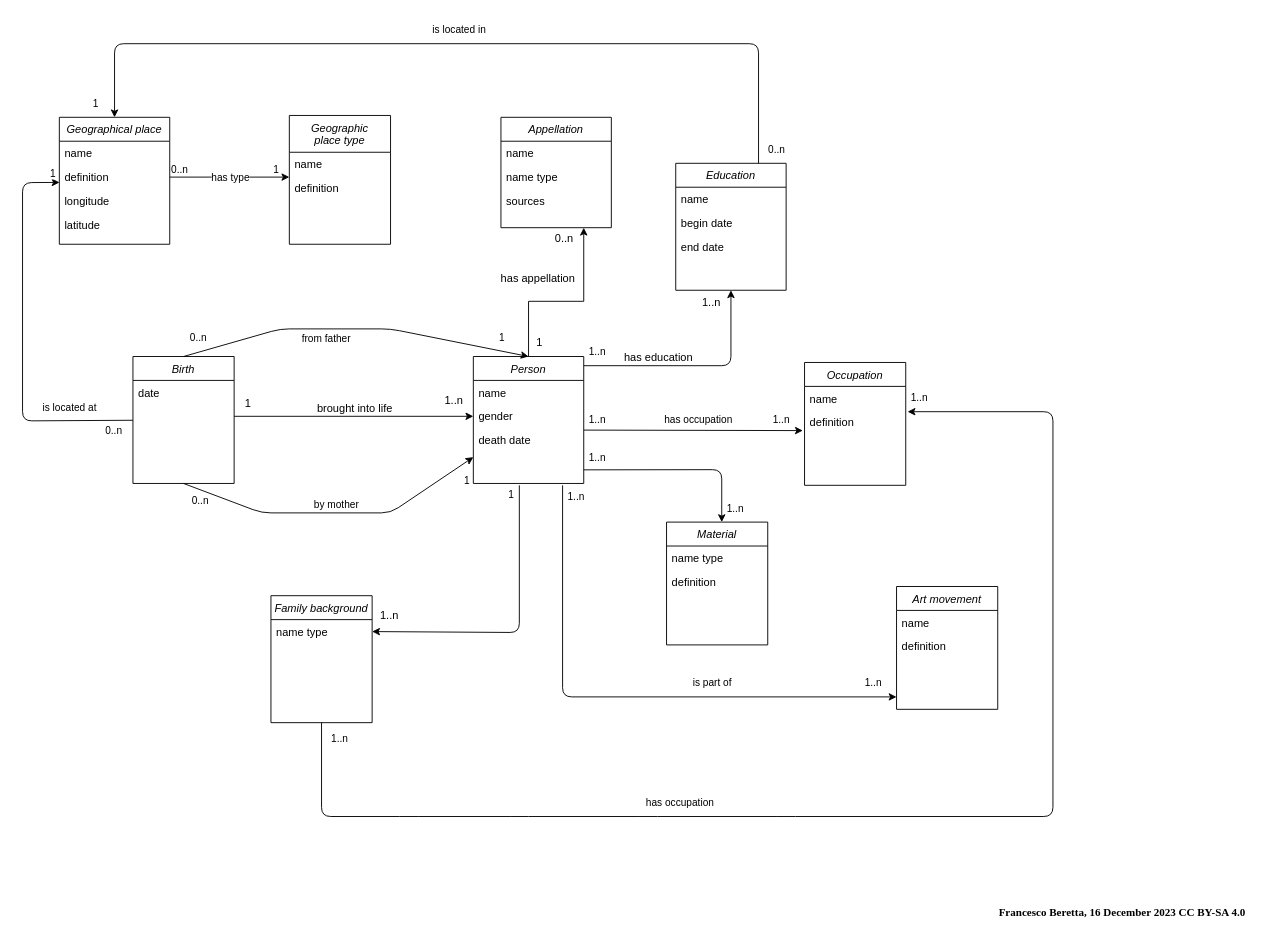
This is MCD_to_database_example.drawio from lmaiahm/Sculpteurs-, a draw.io file, before an edit. Source tidied: cells renumbered, new cells numbered last; positions are measured from the earlier drawing's top-left corner, leaving out a move shared by most shapes. Both pictures are drawn from the tidied source at 92%, with x=0, y=0 at pixel (22, 16).
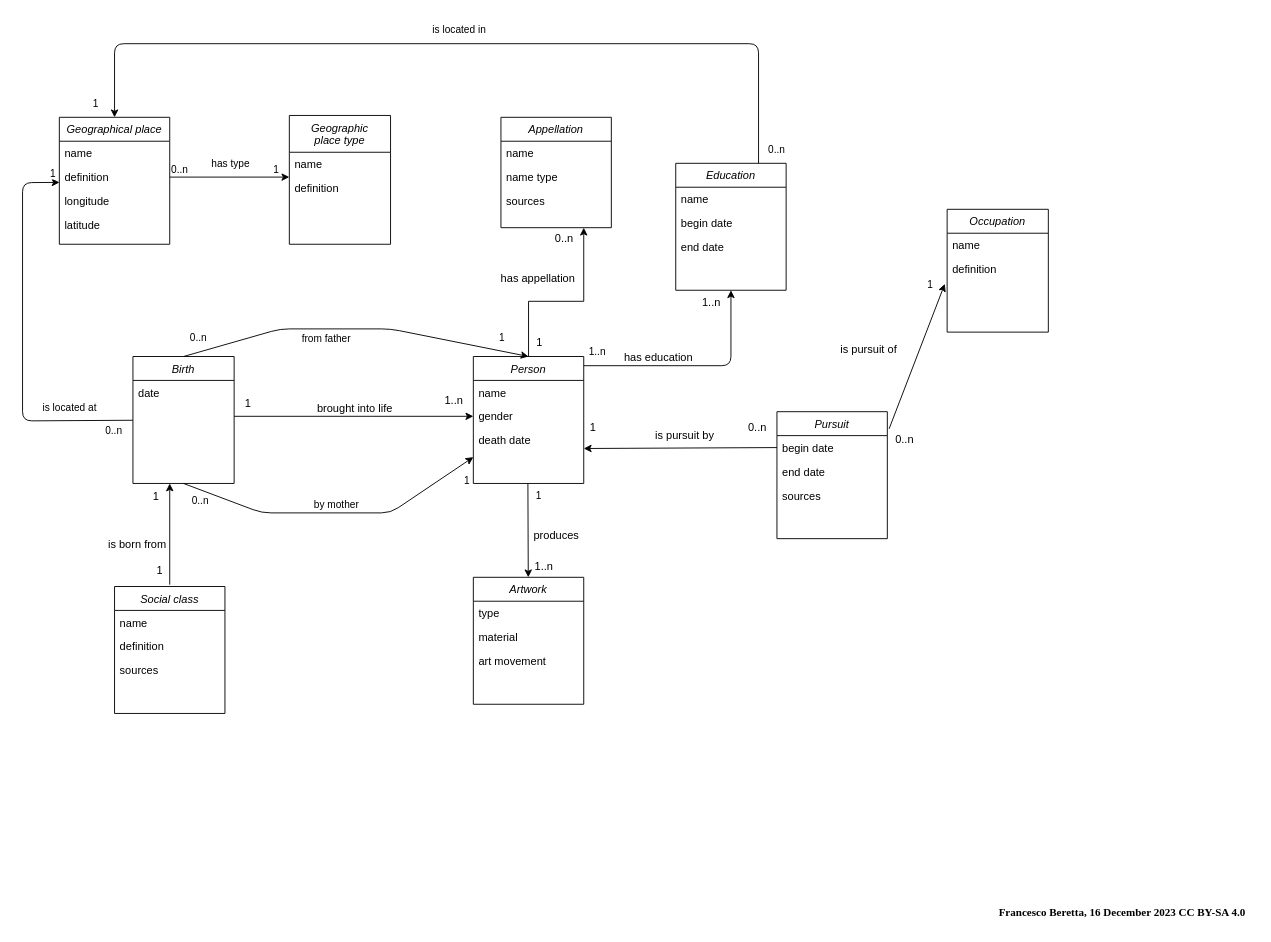
The same diagram, later.

Commit message:
modification du modèle

Unchanged cells that the change refers to:
```xml
<mxCell id="2" style="endArrow=classic;shadow=0;strokeWidth=1;rounded=0;endFill=1;edgeStyle=elbowEdgeStyle;elbow=vertical;exitX=1;exitY=0.5;exitDx=0;exitDy=0;entryX=0;entryY=0.5;entryDx=0;entryDy=0;" parent="1" edge="1" target="9">
  <mxGeometry x="0.5" y="41" relative="1" as="geometry">
    <mxPoint x="230" y="435" as="sourcePoint" />
    <Array as="points">
      <mxPoint x="380" y="435" />
    </Array>
    <mxPoint x="-40" y="32" as="offset" />
  </mxGeometry>
</mxCell>
<mxCell id="29" style="endArrow=classic;html=1;exitX=1;exitY=0.5;exitDx=0;exitDy=0;" parent="1" edge="1" source="26">
  <mxGeometry x="0.07" y="-35" relative="1" as="geometry">
    <mxPoint x="290" y="175" as="targetPoint" />
  </mxGeometry>
</mxCell>
<mxCell id="37" style="endArrow=classic;html=1;exitX=0.5;exitY=1;exitDx=0;exitDy=0;" parent="1" edge="1" source="11" target="7">
  <mxGeometry relative="1" as="geometry">
    <Array as="points">
      <mxPoint x="260" y="540" />
      <mxPoint x="400" y="540" />
    </Array>
  </mxGeometry>
</mxCell>
<mxCell id="44" value="definition" style="text;align=left;verticalAlign=top;spacingLeft=4;spacingRight=4;overflow=hidden;points=[[0,0.5],[1,0.5]];portConstraint=eastwest;rounded=0;shadow=0;html=0;" parent="42" vertex="1">
  <mxGeometry y="52" width="110" height="26" as="geometry" />
</mxCell>
```

Diff of the diagram source:
```diff
@@
-    <mxCell id="6" value="1..n" style="align=right;verticalAlign=bottom;labelBackgroundColor=none;fontSize=12;" parent="2" vertex="1">
-      <mxGeometry x="1" relative="1" as="geometry">
-        <mxPoint x="-80" y="225" as="offset" />
-      </mxGeometry>
-    </mxCell>
@@
+    <mxCell id="91" style="edgeStyle=none;html=1;" parent="1" edge="1">
+      <mxGeometry relative="1" as="geometry">
+        <mxPoint x="160" y="618" as="sourcePoint" />
+        <mxPoint x="160" y="508" as="targetPoint" />
+      </mxGeometry>
+    </mxCell>
@@
     <mxCell id="30" value="has type" style="edgeLabel;html=1;align=center;verticalAlign=middle;" parent="29" vertex="1">
-      <mxGeometry relative="1" as="geometry" />
+      <mxGeometry relative="1" as="geometry">
+        <mxPoint y="-15" as="offset" />
+      </mxGeometry>
     </mxCell>
@@
-    <mxCell id="41" value="1" style="edgeLabel;html=1;align=center;verticalAlign=middle;" parent="37" vertex="1">
-      <mxGeometry x="0.89" y="-1" relative="1" as="geometry">
-        <mxPoint x="55" y="29" as="offset" />
-      </mxGeometry>
-    </mxCell>
     <mxCell id="42" value="Occupation" style="swimlane;fontStyle=2;align=center;verticalAlign=top;horizontal=1;startSize=26;rounded=0;shadow=0;strokeWidth=1;" parent="1" vertex="1">
-      <mxGeometry x="850" y="376.5" width="110" height="133.5" as="geometry" />
+      <mxGeometry x="1005" y="210" width="110" height="133.5" as="geometry" />
     </mxCell>
@@
-    <mxCell id="54" value="&lt;font style=&quot;font-size: 11px;&quot;&gt;has occupation&lt;/font&gt;" style="text;strokeColor=none;align=center;fillColor=none;html=1;verticalAlign=middle;whiteSpace=wrap;rounded=0;rotation=0;" parent="1" vertex="1">
-      <mxGeometry x="690" y="424" width="90" height="30" as="geometry" />
-    </mxCell>
-    <mxCell id="55" value="1..n" style="text;strokeColor=none;align=center;fillColor=none;html=1;verticalAlign=middle;whiteSpace=wrap;rounded=0;fontSize=11;rotation=0;" parent="1" vertex="1">
-      <mxGeometry x="610" y="424" width="30" height="30" as="geometry" />
-    </mxCell>
-    <mxCell id="56" value="1..n" style="text;strokeColor=none;align=center;fillColor=none;html=1;verticalAlign=middle;whiteSpace=wrap;rounded=0;fontSize=11;rotation=0;" parent="1" vertex="1">
-      <mxGeometry x="810" y="424" width="30" height="30" as="geometry" />
-    </mxCell>
@@
-    <mxCell id="61" style="edgeStyle=none;jettySize=auto;html=1;fontSize=11;entryX=-0.017;entryY=0.848;entryDx=0;entryDy=0;entryPerimeter=0;" parent="1" edge="1" target="44">
+    <mxCell id="61" style="edgeStyle=none;jettySize=auto;html=1;fontSize=11;exitX=0;exitY=0.5;exitDx=0;exitDy=0;" parent="1" edge="1" source="93">
       <mxGeometry relative="1" as="geometry">
-        <mxPoint x="610" y="450" as="sourcePoint" />
+        <mxPoint x="610" y="470" as="targetPoint" />
       </mxGeometry>
     </mxCell>
@@
-    <mxCell id="64" value="Art movement" style="swimlane;fontStyle=2;align=center;verticalAlign=top;horizontal=1;startSize=26;rounded=0;shadow=0;strokeWidth=1;" parent="1" vertex="1">
-      <mxGeometry x="950" y="620" width="110" height="133.5" as="geometry" />
-    </mxCell>
-    <mxCell id="65" value="name" style="text;align=left;verticalAlign=top;spacingLeft=4;spacingRight=4;overflow=hidden;" parent="64" vertex="1">
-      <mxGeometry y="26" width="110" height="26" as="geometry" />
-    </mxCell>
-    <mxCell id="66" value="definition" style="text;align=left;verticalAlign=top;spacingLeft=4;spacingRight=4;overflow=hidden;points=[[0,0.5],[1,0.5]];portConstraint=eastwest;rounded=0;shadow=0;html=0;" parent="64" vertex="1">
-      <mxGeometry y="52" width="110" height="26" as="geometry" />
-    </mxCell>
-    <mxCell id="67" style="edgeStyle=elbowEdgeStyle;rounded=0;orthogonalLoop=1;jettySize=auto;elbow=vertical;html=1;exitX=0;exitY=0.5;exitDx=0;exitDy=0;" parent="64" edge="1" source="66" target="66">
-      <mxGeometry relative="1" as="geometry" />
-    </mxCell>
-    <mxCell id="68" style="edgeStyle=none;orthogonalLoop=1;jettySize=auto;html=1;fontSize=11;" parent="1" edge="1">
-      <mxGeometry relative="1" as="geometry">
-        <mxPoint x="587" y="510" as="sourcePoint" />
-        <mxPoint x="950" y="740" as="targetPoint" />
-        <Array as="points">
-          <mxPoint x="587" y="740" />
-        </Array>
-      </mxGeometry>
-    </mxCell>
-    <mxCell id="69" value="is part of" style="text;strokeColor=none;align=center;fillColor=none;html=1;verticalAlign=middle;whiteSpace=wrap;rounded=0;fontSize=11;" parent="1" vertex="1">
-      <mxGeometry x="720" y="710" width="60" height="30" as="geometry" />
-    </mxCell>
-    <mxCell id="70" value="1..n" style="text;strokeColor=none;align=center;fillColor=none;html=1;verticalAlign=middle;whiteSpace=wrap;rounded=0;fontSize=11;rotation=0;" parent="1" vertex="1">
-      <mxGeometry x="910" y="710" width="30" height="30" as="geometry" />
-    </mxCell>
-    <mxCell id="71" value="1..n" style="text;strokeColor=none;align=center;fillColor=none;html=1;verticalAlign=middle;whiteSpace=wrap;rounded=0;fontSize=11;rotation=0;" parent="1" vertex="1">
-      <mxGeometry x="587" y="508" width="30" height="30" as="geometry" />
-    </mxCell>
@@
-    <mxCell id="76" value="Material" style="swimlane;fontStyle=2;align=center;verticalAlign=top;horizontal=1;startSize=26;rounded=0;shadow=0;strokeWidth=1;" parent="1" vertex="1">
-      <mxGeometry x="700" y="550" width="110" height="133.5" as="geometry" />
-    </mxCell>
-    <mxCell id="77" value="name type" style="text;align=left;verticalAlign=top;spacingLeft=4;spacingRight=4;overflow=hidden;" parent="76" vertex="1">
-      <mxGeometry y="26" width="110" height="26" as="geometry" />
-    </mxCell>
-    <mxCell id="78" value="definition" style="text;align=left;verticalAlign=top;spacingLeft=4;spacingRight=4;overflow=hidden;points=[[0,0.5],[1,0.5]];portConstraint=eastwest;rounded=0;shadow=0;html=0;" parent="76" vertex="1">
-      <mxGeometry y="52" width="110" height="26" as="geometry" />
-    </mxCell>
-    <mxCell id="79" style="edgeStyle=elbowEdgeStyle;rounded=0;orthogonalLoop=1;jettySize=auto;elbow=vertical;html=1;exitX=0;exitY=0.5;exitDx=0;exitDy=0;" parent="76" edge="1" source="78" target="78">
-      <mxGeometry relative="1" as="geometry" />
-    </mxCell>
-    <mxCell id="80" style="edgeStyle=none;orthogonalLoop=1;jettySize=auto;html=1;fontSize=11;" parent="1" edge="1">
-      <mxGeometry relative="1" as="geometry">
-        <mxPoint x="610" y="493.2" as="sourcePoint" />
-        <mxPoint x="760" y="550" as="targetPoint" />
-        <Array as="points">
-          <mxPoint x="760" y="493" />
-        </Array>
-      </mxGeometry>
-    </mxCell>
-    <mxCell id="81" value="1..n" style="text;strokeColor=none;align=center;fillColor=none;html=1;verticalAlign=middle;whiteSpace=wrap;rounded=0;fontSize=11;rotation=0;" parent="1" vertex="1">
-      <mxGeometry x="760" y="520" width="30" height="30" as="geometry" />
-    </mxCell>
-    <mxCell id="82" value="1..n" style="text;strokeColor=none;align=center;fillColor=none;html=1;verticalAlign=middle;whiteSpace=wrap;rounded=0;fontSize=11;rotation=0;" parent="1" vertex="1">
-      <mxGeometry x="610" y="464.5" width="30" height="30" as="geometry" />
-    </mxCell>
-    <mxCell id="83" value="Family background" style="swimlane;fontStyle=2;align=center;verticalAlign=top;horizontal=1;startSize=26;rounded=0;shadow=0;strokeWidth=1;" parent="1" vertex="1">
-      <mxGeometry x="270" y="630" width="110" height="138" as="geometry" />
-    </mxCell>
-    <mxCell id="84" value="name type" style="text;align=left;verticalAlign=top;spacingLeft=4;spacingRight=4;overflow=hidden;points=[[0,0.5],[1,0.5]];portConstraint=eastwest;" parent="83" vertex="1">
-      <mxGeometry y="26" width="110" height="26" as="geometry" />
-    </mxCell>
-    <mxCell id="85" style="edgeStyle=elbowEdgeStyle;rounded=0;orthogonalLoop=1;jettySize=auto;elbow=vertical;html=1;exitX=0;exitY=0.5;exitDx=0;exitDy=0;" parent="83" edge="1">
-      <mxGeometry relative="1" as="geometry">
-        <mxPoint y="65" as="sourcePoint" />
-        <mxPoint y="65" as="targetPoint" />
-      </mxGeometry>
-    </mxCell>
-    <mxCell id="86" style="edgeStyle=none;jettySize=auto;html=1;fontSize=11;entryX=1;entryY=0.5;entryDx=0;entryDy=0;" parent="1" edge="1" target="84">
-      <mxGeometry relative="1" as="geometry">
-        <mxPoint x="540" y="510" as="sourcePoint" />
-        <Array as="points">
-          <mxPoint x="540" y="670" />
-        </Array>
-      </mxGeometry>
-    </mxCell>
-    <mxCell id="87" style="edgeStyle=none;jettySize=auto;html=1;fontSize=11;exitX=0.5;exitY=1;exitDx=0;exitDy=0;" parent="1" edge="1" source="83">
-      <mxGeometry relative="1" as="geometry">
-        <mxPoint x="962" y="430" as="targetPoint" />
-        <Array as="points">
-          <mxPoint x="325" y="870" />
-          <mxPoint x="420" y="870" />
-          <mxPoint x="540" y="870" />
-          <mxPoint x="680" y="870" />
-          <mxPoint x="830" y="870" />
-          <mxPoint x="1120" y="870" />
-          <mxPoint x="1120" y="430" />
-        </Array>
-      </mxGeometry>
-    </mxCell>
-    <mxCell id="88" value="&lt;font style=&quot;font-size: 11px;&quot;&gt;has occupation&lt;/font&gt;" style="text;strokeColor=none;align=center;fillColor=none;html=1;verticalAlign=middle;whiteSpace=wrap;rounded=0;rotation=0;" parent="1" vertex="1">
-      <mxGeometry x="670" y="840" width="90" height="30" as="geometry" />
-    </mxCell>
-    <mxCell id="89" value="1..n" style="text;strokeColor=none;align=center;fillColor=none;html=1;verticalAlign=middle;whiteSpace=wrap;rounded=0;fontSize=11;rotation=0;" parent="1" vertex="1">
-      <mxGeometry x="330" y="770" width="30" height="30" as="geometry" />
-    </mxCell>
-    <mxCell id="90" value="1..n" style="text;strokeColor=none;align=center;fillColor=none;html=1;verticalAlign=middle;whiteSpace=wrap;rounded=0;fontSize=11;rotation=0;" parent="1" vertex="1">
-      <mxGeometry x="960" y="400" width="30" height="30" as="geometry" />
-    </mxCell>
+    <mxCell id="92" value="Pursuit" style="swimlane;fontStyle=2;align=center;verticalAlign=top;horizontal=1;startSize=26;rounded=0;shadow=0;strokeWidth=1;" parent="1" vertex="1">
+      <mxGeometry x="820" y="430" width="120" height="138" as="geometry" />
+    </mxCell>
+    <mxCell id="93" value="begin date" style="text;align=left;verticalAlign=top;spacingLeft=4;spacingRight=4;overflow=hidden;points=[[0,0.5],[1,0.5]];portConstraint=eastwest;" parent="92" vertex="1">
+      <mxGeometry y="26" width="120" height="26" as="geometry" />
+    </mxCell>
+    <mxCell id="94" value="end date" style="text;align=left;verticalAlign=top;spacingLeft=4;spacingRight=4;overflow=hidden;rounded=0;shadow=0;html=0;" parent="92" vertex="1">
+      <mxGeometry y="52" width="120" height="26" as="geometry" />
+    </mxCell>
+    <mxCell id="95" value="sources" style="text;align=left;verticalAlign=top;spacingLeft=4;spacingRight=4;overflow=hidden;rounded=0;shadow=0;html=0;" parent="92" vertex="1">
+      <mxGeometry y="78" width="120" height="26" as="geometry" />
+    </mxCell>
+    <mxCell id="96" style="edgeStyle=none;jettySize=auto;html=1;fontSize=11;entryX=-0.023;entryY=1.119;entryDx=0;entryDy=0;entryPerimeter=0;exitX=1.016;exitY=0.135;exitDx=0;exitDy=0;exitPerimeter=0;" parent="1" edge="1" source="92" target="44">
+      <mxGeometry relative="1" as="geometry" />
+    </mxCell>
+    <mxCell id="97" value="is pursuit by" style="text;strokeColor=none;align=center;fillColor=none;html=1;verticalAlign=middle;whiteSpace=wrap;rounded=0;" parent="1" vertex="1">
+      <mxGeometry x="680" y="443" width="80" height="26" as="geometry" />
+    </mxCell>
+    <mxCell id="98" value="0..n" style="align=right;verticalAlign=bottom;labelBackgroundColor=none;fontSize=12;" parent="1" vertex="1">
+      <mxGeometry x="810" y="456" as="geometry" />
+    </mxCell>
+    <mxCell id="99" value="1" style="align=left;verticalAlign=bottom;labelBackgroundColor=none;fontSize=12;" parent="1" vertex="1">
+      <mxGeometry x="560" y="550" as="geometry">
+        <mxPoint x="55" y="-94" as="offset" />
+      </mxGeometry>
+    </mxCell>
+    <mxCell id="100" value="is pursuit of" style="text;strokeColor=none;align=center;fillColor=none;html=1;verticalAlign=middle;whiteSpace=wrap;rounded=0;rotation=0;" parent="1" vertex="1">
+      <mxGeometry x="880" y="350" width="80" height="26" as="geometry" />
+    </mxCell>
+    <mxCell id="101" value="1" style="edgeLabel;html=1;align=right;verticalAlign=bottom;rotation=0;" parent="1" vertex="1">
+      <mxGeometry x="990" y="300" as="geometry" />
+    </mxCell>
+    <mxCell id="102" value="0..n" style="align=right;verticalAlign=bottom;labelBackgroundColor=none;fontSize=12;" parent="1" vertex="1">
+      <mxGeometry x="970" y="469" as="geometry" />
+    </mxCell>
+    <mxCell id="103" style="edgeStyle=none;orthogonalLoop=1;jettySize=auto;html=1;" parent="1" edge="1">
+      <mxGeometry relative="1" as="geometry">
+        <mxPoint x="549.3" y="508" as="sourcePoint" />
+        <mxPoint x="549.7" y="610" as="targetPoint" />
+      </mxGeometry>
+    </mxCell>
+    <mxCell id="104" value="Artwork" style="swimlane;fontStyle=2;align=center;verticalAlign=top;horizontal=1;startSize=26;rounded=0;shadow=0;strokeWidth=1;" parent="1" vertex="1">
+      <mxGeometry x="490" y="610" width="120" height="138" as="geometry" />
+    </mxCell>
+    <mxCell id="105" value="type" style="text;align=left;verticalAlign=top;spacingLeft=4;spacingRight=4;overflow=hidden;" parent="104" vertex="1">
+      <mxGeometry y="26" width="120" height="26" as="geometry" />
+    </mxCell>
+    <mxCell id="106" value="material" style="text;align=left;verticalAlign=top;spacingLeft=4;spacingRight=4;overflow=hidden;rounded=0;shadow=0;html=0;" parent="104" vertex="1">
+      <mxGeometry y="52" width="120" height="26" as="geometry" />
+    </mxCell>
+    <mxCell id="107" value="art movement" style="text;align=left;verticalAlign=top;spacingLeft=4;spacingRight=4;overflow=hidden;rounded=0;shadow=0;html=0;" parent="104" vertex="1">
+      <mxGeometry y="78" width="120" height="26" as="geometry" />
+    </mxCell>
+    <mxCell id="108" value="produces" style="text;html=1;align=center;verticalAlign=middle;strokeColor=none;fillColor=none;" parent="1" vertex="1">
+      <mxGeometry x="545" y="550" width="70" height="30" as="geometry" />
+    </mxCell>
+    <mxCell id="6" value="1..n" style="align=right;verticalAlign=bottom;labelBackgroundColor=none;fontSize=12;" parent="1" vertex="1">
+      <mxGeometry x="570" y="590" as="geometry">
+        <mxPoint x="8" y="17" as="offset" />
+      </mxGeometry>
+    </mxCell>
+    <mxCell id="41" value="1" style="edgeLabel;html=1;align=center;verticalAlign=middle;" parent="1" vertex="1">
+      <mxGeometry x="560" y="520" as="geometry" />
+    </mxCell>
+    <mxCell id="109" value="Social class" style="swimlane;fontStyle=2;align=center;verticalAlign=top;horizontal=1;startSize=26;rounded=0;shadow=0;strokeWidth=1;" parent="1" vertex="1">
+      <mxGeometry x="100" y="620" width="120" height="138" as="geometry" />
+    </mxCell>
+    <mxCell id="65" value="name" style="text;align=left;verticalAlign=top;spacingLeft=4;spacingRight=4;overflow=hidden;" parent="109" vertex="1">
+      <mxGeometry y="26" width="120" height="26" as="geometry" />
+    </mxCell>
+    <mxCell id="110" value="definition" style="text;align=left;verticalAlign=top;spacingLeft=4;spacingRight=4;overflow=hidden;rounded=0;shadow=0;html=0;" parent="109" vertex="1">
+      <mxGeometry y="52" width="120" height="26" as="geometry" />
+    </mxCell>
+    <mxCell id="111" value="sources" style="text;align=left;verticalAlign=top;spacingLeft=4;spacingRight=4;overflow=hidden;rounded=0;shadow=0;html=0;" parent="109" vertex="1">
+      <mxGeometry y="78" width="120" height="26" as="geometry" />
+    </mxCell>
+    <mxCell id="112" value="is born from" style="text;strokeColor=none;align=center;fillColor=none;html=1;verticalAlign=middle;whiteSpace=wrap;rounded=0;" parent="1" vertex="1">
+      <mxGeometry x="90" y="560" width="70" height="30" as="geometry" />
+    </mxCell>
+    <mxCell id="113" value="1" style="align=left;verticalAlign=bottom;labelBackgroundColor=none;fontSize=12;" parent="1" vertex="1">
+      <mxGeometry x="140" y="530" as="geometry" />
+    </mxCell>
+    <mxCell id="114" value="1" style="align=left;verticalAlign=bottom;labelBackgroundColor=none;fontSize=12;" parent="1" vertex="1">
+      <mxGeometry x="40" y="630" as="geometry">
+        <mxPoint x="104" y="-19" as="offset" />
+      </mxGeometry>
+    </mxCell>
```
